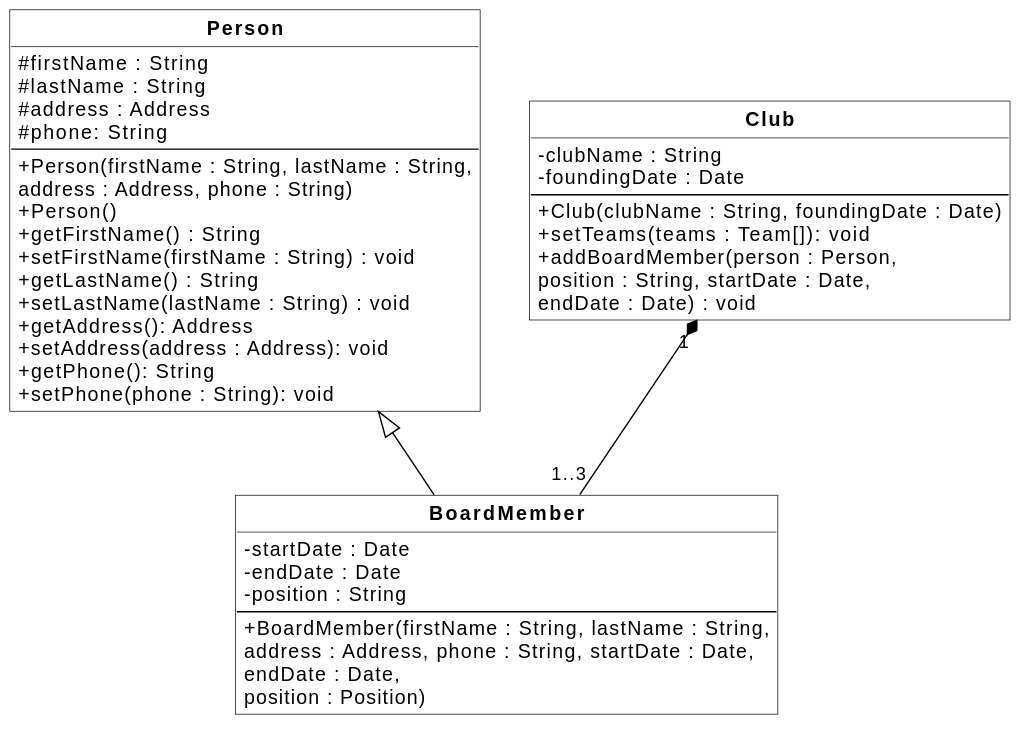
mhimstedt/mhimstedt.github.io keeps this PlantUML diagram as prog/club-with-relations_Bonus.svg. Above is the earlier version. The source it was exported from:
```plantuml
@startuml
skinparam shadowing false
skinparam roundcorner 0
skinparam classAttributeIconSize 0
skinparam ClassFontStyle bold
hide circle

skinparam class {
    BackgroundColor white
    BorderColor black
    ArrowColor black
}

class Person {
    # firstName : String
    # lastName : String
    # address : Address
    # phone: String
    --
    + Person(firstName : String, lastName : String,
      address : Address, phone : String)
    + Person()
    + getFirstName() : String
    + setFirstName(firstName : String) : void
    + getLastName() : String
    + setLastName(lastName : String) : void
    + getAddress(): Address
    + setAddress(address : Address): void
    + getPhone(): String
    + setPhone(phone : String): void
}




class Club {
    - clubName : String
    - foundingDate : Date
    --
    + Club(clubName : String, foundingDate : Date)
    + setTeams(teams : Team[]): void
    + addBoardMember(person : Person,
    position : String, startDate : Date,
    endDate : Date) : void
}

class BoardMember {
    - startDate : Date
    - endDate : Date
    - position : String
    --
    + BoardMember(firstName : String, lastName : String,
    address : Address, phone : String,  startDate : Date,
    endDate : Date,
    position : Position)
}



Person <|-- BoardMember




Club "1" *-- "1..3" BoardMember
@enduml
```
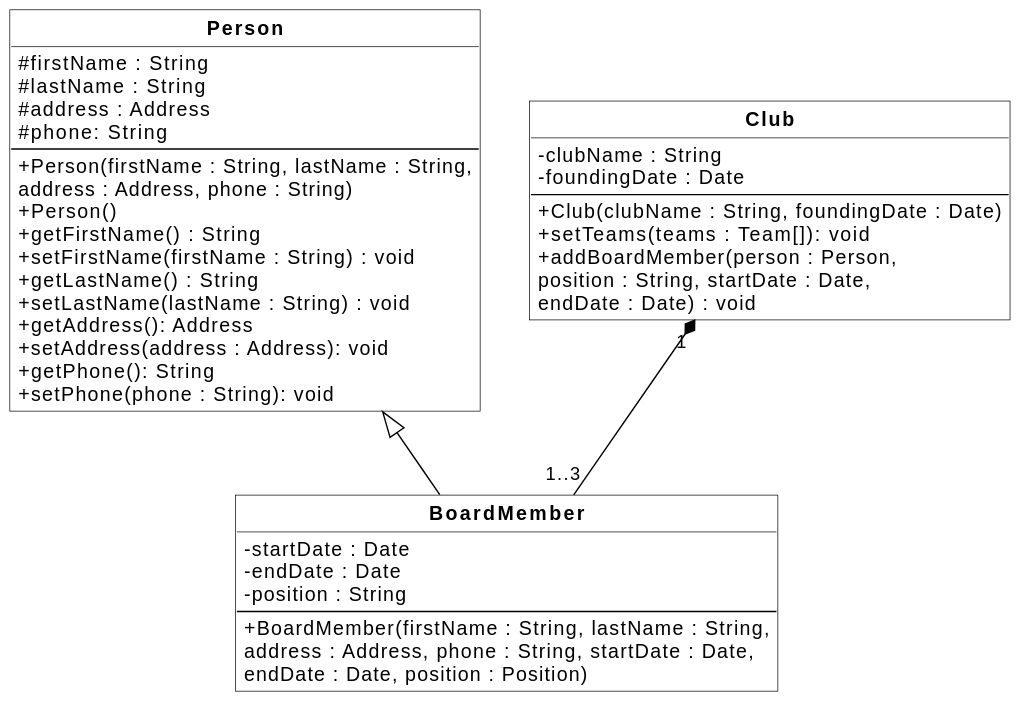
After the commit.

Diff of the diagram source:
```diff
@@ -51,8 +51,7 @@
     --
     + BoardMember(firstName : String, lastName : String,
     address : Address, phone : String,  startDate : Date,
-    endDate : Date,
-    position : Position)
+    endDate : Date, position : Position)
 }
 
 
```
